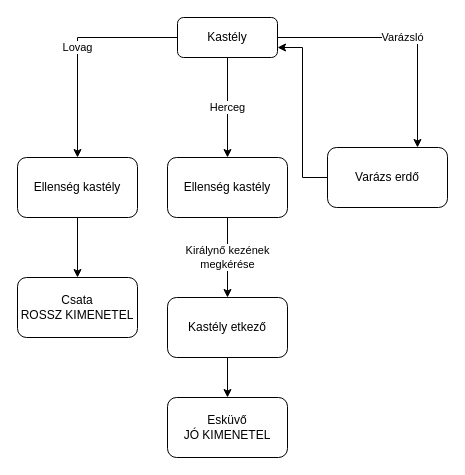
Earlier version of the draw.io diagram decision_tree1.drawio (koma52/ai_basics_lsc). Source tidied: cells renumbered, new cells numbered last; positions are measured from the earlier drawing's top-left corner, leaving out a move shared by most shapes. Both pictures are drawn from the tidied source at 100%, with x=0, y=0 at pixel (17, 17).
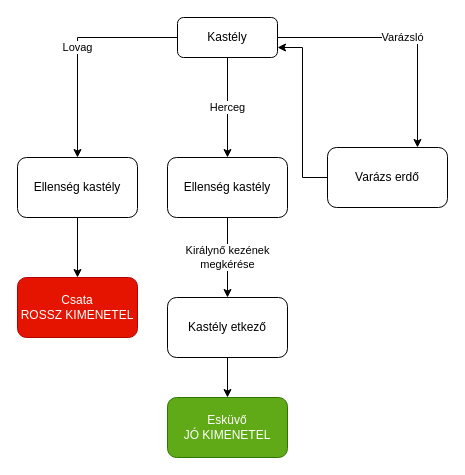
The same diagram, later.

What changed in the source:
```diff
@@
 <mxGraphModel>
   <root>
     <mxCell id="0" />
     <mxCell id="1" parent="0" />
     <mxCell id="2" value="Varázsló" style="edgeStyle=orthogonalEdgeStyle;rounded=0;jettySize=auto;html=1;entryX=0.75;entryY=0;entryDx=0;entryDy=0;defaultLabelBackgroundColor=page;labelPadding=0 4;" parent="1" edge="1" source="5" target="11">
       <mxGeometry relative="1" as="geometry" />
     </mxCell>
     <mxCell id="3" value="Herceg" style="edgeStyle=orthogonalEdgeStyle;rounded=0;jettySize=auto;html=1;entryX=0.5;entryY=0;entryDx=0;entryDy=0;defaultLabelBackgroundColor=page;labelPadding=0 4;" parent="1" edge="1" source="5" target="9">
       <mxGeometry relative="1" as="geometry" />
     </mxCell>
     <mxCell id="4" value="Lovag" style="edgeStyle=orthogonalEdgeStyle;rounded=0;jettySize=auto;html=1;entryX=0.5;entryY=0;entryDx=0;entryDy=0;defaultLabelBackgroundColor=page;labelPadding=0 4;" parent="1" edge="1" source="5" target="7">
       <mxGeometry relative="1" as="geometry" />
     </mxCell>
     <mxCell id="5" value="Kastély" style="rounded=1;whiteSpace=wrap;html=1;roundedPerimeter=1;" parent="1" vertex="1">
       <mxGeometry x="160" width="100" height="40" as="geometry" />
     </mxCell>
     <mxCell id="6" style="edgeStyle=orthogonalEdgeStyle;rounded=0;jettySize=auto;html=1;defaultLabelBackgroundColor=page;labelPadding=0 4;" parent="1" edge="1" source="7" target="15">
       <mxGeometry relative="1" as="geometry" />
     </mxCell>
     <mxCell id="7" value="Ellenség kastély" style="rounded=1;whiteSpace=wrap;html=1;roundedPerimeter=1;" parent="1" vertex="1">
       <mxGeometry y="140" width="120" height="60" as="geometry" />
     </mxCell>
     <mxCell id="8" value="Királynő kezének&lt;div&gt;megkérése&lt;/div&gt;" style="edgeStyle=orthogonalEdgeStyle;rounded=0;jettySize=auto;html=1;entryX=0.5;entryY=0;entryDx=0;entryDy=0;defaultLabelBackgroundColor=page;labelPadding=0 4;" parent="1" edge="1" source="9" target="13">
       <mxGeometry relative="1" as="geometry" />
     </mxCell>
     <mxCell id="9" value="Ellenség kastély" style="rounded=1;whiteSpace=wrap;html=1;roundedPerimeter=1;" parent="1" vertex="1">
       <mxGeometry x="150" y="140" width="120" height="60" as="geometry" />
     </mxCell>
     <mxCell id="10" style="edgeStyle=orthogonalEdgeStyle;rounded=0;jettySize=auto;html=1;entryX=1;entryY=0.75;entryDx=0;entryDy=0;defaultLabelBackgroundColor=page;labelPadding=0 4;" parent="1" edge="1" source="11" target="5">
       <mxGeometry relative="1" as="geometry" />
     </mxCell>
     <mxCell id="11" value="Varázs erdő" style="rounded=1;whiteSpace=wrap;html=1;roundedPerimeter=1;" parent="1" vertex="1">
       <mxGeometry x="310" y="130" width="120" height="60" as="geometry" />
     </mxCell>
     <mxCell id="12" style="edgeStyle=orthogonalEdgeStyle;rounded=0;jettySize=auto;html=1;exitX=0.5;exitY=1;exitDx=0;exitDy=0;entryX=0.5;entryY=0;entryDx=0;entryDy=0;defaultLabelBackgroundColor=page;labelPadding=0 4;" parent="1" edge="1" source="13" target="14">
       <mxGeometry relative="1" as="geometry" />
     </mxCell>
     <mxCell id="13" value="Kastély etkező" style="rounded=1;whiteSpace=wrap;html=1;roundedPerimeter=1;" parent="1" vertex="1">
       <mxGeometry x="150" y="280" width="120" height="60" as="geometry" />
     </mxCell>
-    <mxCell id="14" value="Esküvő&lt;div&gt;JÓ KIMENETEL&lt;/div&gt;" style="rounded=1;whiteSpace=wrap;html=1;roundedPerimeter=1;" parent="1" vertex="1">
+    <mxCell id="14" value="Esküvő&lt;div&gt;JÓ KIMENETEL&lt;/div&gt;" style="rounded=1;whiteSpace=wrap;html=1;roundedPerimeter=1;fillColor=#60a917;fontColor=#ffffff;strokeColor=#2D7600;" parent="1" vertex="1">
       <mxGeometry x="150" y="380" width="120" height="60" as="geometry" />
     </mxCell>
-    <mxCell id="15" value="Csata&lt;div&gt;ROSSZ KIMENETEL&lt;/div&gt;" style="rounded=1;whiteSpace=wrap;html=1;roundedPerimeter=1;" parent="1" vertex="1">
+    <mxCell id="15" value="Csata&lt;div&gt;ROSSZ KIMENETEL&lt;/div&gt;" style="rounded=1;whiteSpace=wrap;html=1;roundedPerimeter=1;fillColor=#e51400;fontColor=#ffffff;strokeColor=#B20000;" parent="1" vertex="1">
       <mxGeometry y="260" width="120" height="60" as="geometry" />
     </mxCell>
   </root>
 </mxGraphModel>
```
